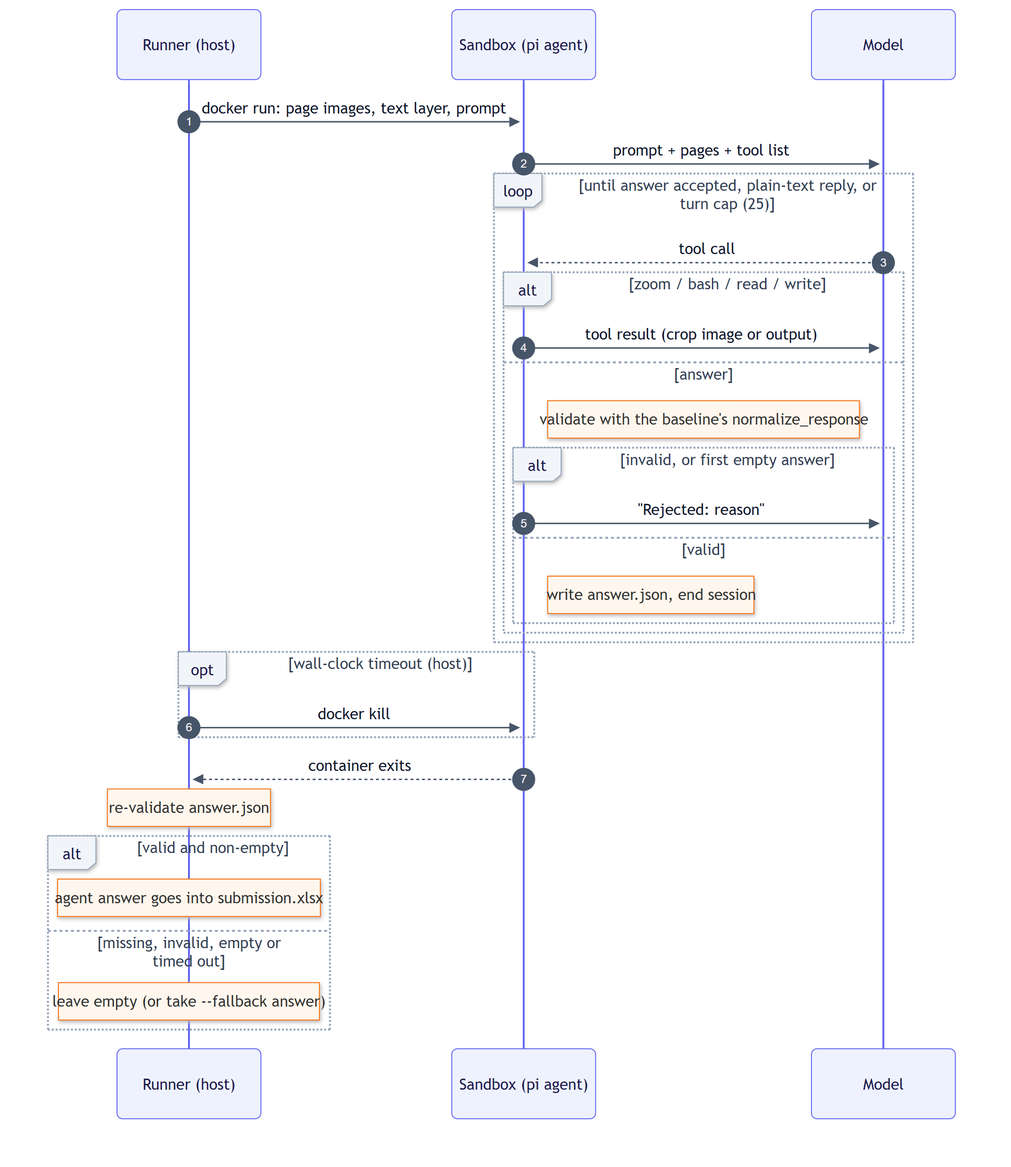
Above: docs/diagrams/session-sequence.png in eric15342335/AIFep-FDU.github.io (Mermaid), before the change. Its source is kept beside it as docs/diagrams/session-sequence.mmd.
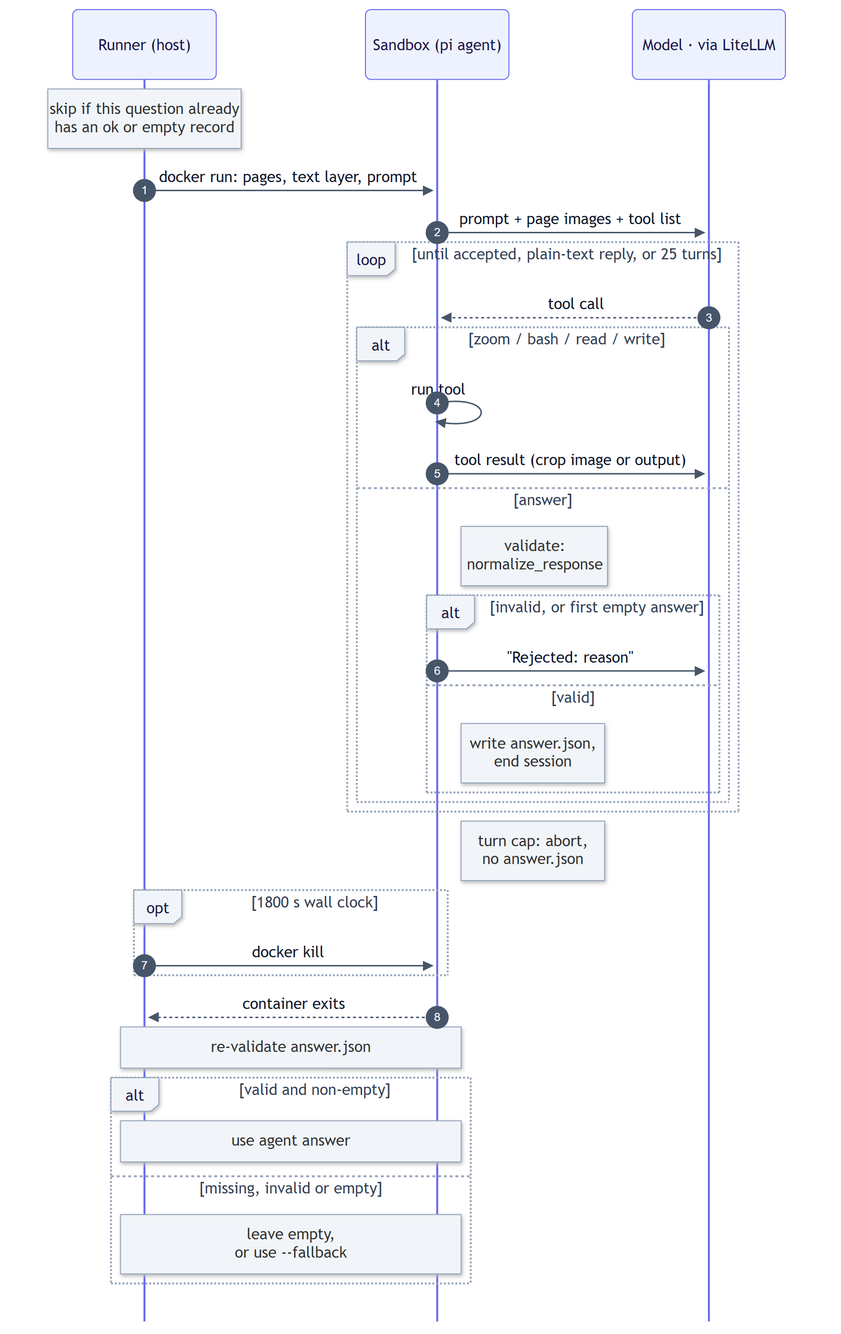
The same file after the commit.

Diff of the diagram source:
```diff
@@ -1,34 +1,37 @@
-%%{init: {"theme": "base", "themeVariables": {"fontSize": "15px", "actorBkg": "#eef2ff", "actorBorder": "#6366f1", "actorTextColor": "#1e1b4b", "noteBkgColor": "#fff7ed", "noteBorderColor": "#f97316", "loopTextColor": "#334155", "labelBoxBkgColor": "#f1f5f9", "labelBoxBorderColor": "#94a3b8", "signalColor": "#475569", "signalTextColor": "#0f172a"}}}%%
+%%{init: {"theme": "base", "themeVariables": {"fontSize": "15px", "actorBkg": "#eef2ff", "actorBorder": "#6366f1", "actorTextColor": "#1e1b4b", "noteBkgColor": "#f1f5f9", "noteBorderColor": "#94a3b8", "loopTextColor": "#334155", "labelBoxBkgColor": "#f1f5f9", "labelBoxBorderColor": "#94a3b8", "signalColor": "#475569", "signalTextColor": "#0f172a"}, "sequence": {"mirrorActors": false, "noteMargin": 12}}}%%
 sequenceDiagram
     autonumber
     participant R as Runner (host)
     participant S as Sandbox (pi agent)
-    participant M as Model
+    participant M as Model · via LiteLLM
 
-    R->>S: docker run: page images, text layer, prompt
-    S->>M: prompt + pages + tool list
+    Note over R: skip if this question already<br/>has an ok or empty record
+    R->>S: docker run: pages, text layer, prompt
+    S->>M: prompt + page images + tool list
 
-    loop until answer accepted, plain-text reply, or turn cap (25)
+    loop until accepted, plain-text reply, or 25 turns
         M-->>S: tool call
         alt zoom / bash / read / write
+            S->>S: run tool
             S->>M: tool result (crop image or output)
         else answer
-            Note right of S: validate with the baseline's normalize_response
+            Note right of S: validate:<br/>normalize_response
             alt invalid, or first empty answer
                 S->>M: "Rejected: reason"
             else valid
-                Note right of S: write answer.json, end session
+                Note right of S: write answer.json,<br/>end session
             end
         end
     end
+    Note right of S: turn cap: abort,<br/>no answer.json
 
-    opt wall-clock timeout (host)
+    opt 1800 s wall clock
         R->>S: docker kill
     end
     S-->>R: container exits
-    Note over R: re-validate answer.json
+    Note over R,S: re-validate answer.json
     alt valid and non-empty
-        Note over R: agent answer goes into submission.xlsx
-    else missing, invalid, empty or timed out
-        Note over R: leave empty (or take --fallback answer)
+        Note over R,S: use agent answer
+    else missing, invalid or empty
+        Note over R,S: leave empty,<br/>or use --fallback
     end
```
